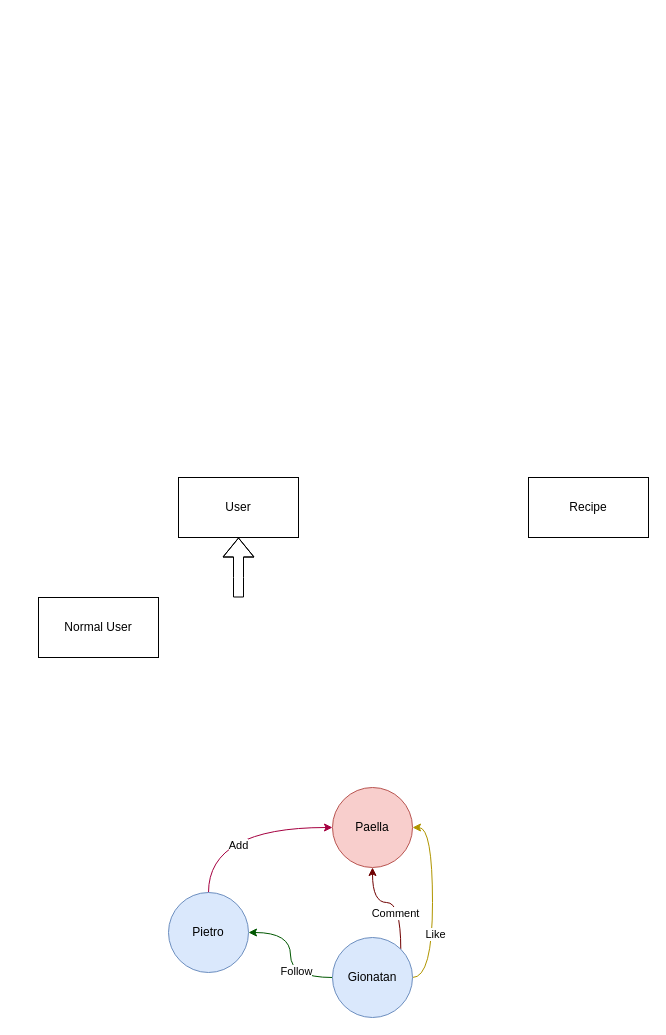
Before: Documents/First Class Diagram.drawio in fraie98/JustRecipe, a draw.io diagram. Source tidied: cells renumbered, new cells numbered last; positions are measured from the earlier drawing's top-left corner, leaving out a move shared by most shapes. Both pictures are drawn from the tidied source at 100%, with x=0, y=0 at pixel (38, 477).
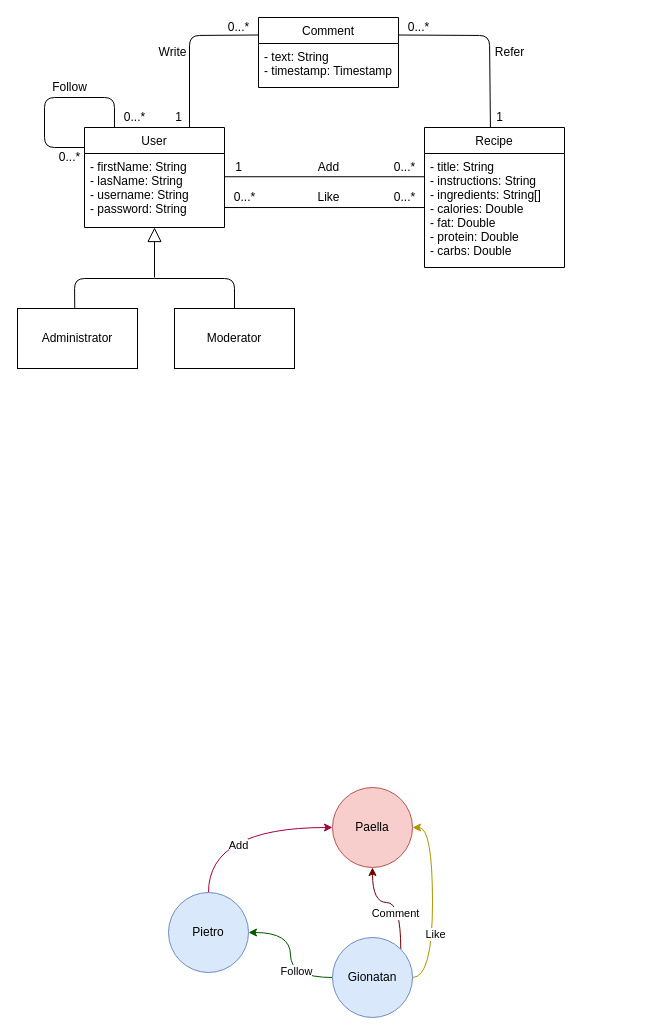
The same diagram, later.

The edit, as a diff of the source:
```diff
@@
+    <mxCell id="3" value="Administrator" style="rounded=0;whiteSpace=wrap;html=1;" parent="1" vertex="1">
+      <mxGeometry x="-21" y="-169" width="120" height="60" as="geometry" />
+    </mxCell>
+    <mxCell id="17" value="User" style="swimlane;fontStyle=0;horizontal=1;startSize=26;fillColor=none;" parent="1" vertex="1">
+      <mxGeometry x="46" y="-350" width="140" height="100" as="geometry" />
+    </mxCell>
+    <mxCell id="18" value="- firstName: String&#10;- lasName: String&#10;- username: String&#10;- password: String " style="text;strokeColor=none;fillColor=none;align=left;verticalAlign=top;spacingLeft=4;spacingRight=4;overflow=hidden;points=[[0,0.5],[1,0.5]];portConstraint=eastwest;" parent="17" vertex="1">
+      <mxGeometry y="26" width="140" height="74" as="geometry" />
+    </mxCell>
-    <mxCell id="2" value="Recipe" style="rounded=0;whiteSpace=wrap;html=1;" parent="1" vertex="1">
-      <mxGeometry x="490" width="120" height="60" as="geometry" />
+    <mxCell id="2" value="Recipe" style="swimlane;fontStyle=0;horizontal=1;startSize=26;fillColor=none;" parent="1" vertex="1">
+      <mxGeometry x="386" y="-350" width="140" height="140" as="geometry" />
     </mxCell>
-    <mxCell id="3" value="User" style="rounded=0;whiteSpace=wrap;html=1;" parent="1" vertex="1">
-      <mxGeometry x="140" width="120" height="60" as="geometry" />
-    </mxCell>
-    <mxCell id="4" style="shape=flexArrow;endArrow=classic;html=1;entryX=0.5;entryY=1;entryDx=0;entryDy=0;" parent="1" edge="1" target="3">
-      <mxGeometry relative="1" as="geometry">
-        <mxPoint x="200" y="120" as="sourcePoint" />
-        <Array as="points">
-          <mxPoint x="200" y="100" />
-        </Array>
-      </mxGeometry>
-    </mxCell>
-    <mxCell id="5" value="Normal User" style="rounded=0;whiteSpace=wrap;html=1;" parent="1" vertex="1">
-      <mxGeometry y="120" width="120" height="60" as="geometry" />
-    </mxCell>
+    <mxCell id="19" value="- title: String&#10;- instructions: String&#10;- ingredients: String[]&#10;- calories: Double&#10;- fat: Double&#10;- protein: Double&#10;- carbs: Double" style="text;strokeColor=none;fillColor=none;align=left;verticalAlign=top;spacingLeft=4;spacingRight=4;overflow=hidden;points=[[0,0.5],[1,0.5]];portConstraint=eastwest;" parent="2" vertex="1">
+      <mxGeometry y="26" width="140" height="114" as="geometry" />
+    </mxCell>
+    <mxCell id="20" value="Comment" style="swimlane;fontStyle=0;horizontal=1;startSize=26;fillColor=none;" parent="1" vertex="1">
+      <mxGeometry x="220" y="-460" width="140" height="70" as="geometry" />
+    </mxCell>
+    <mxCell id="21" value="- text: String&#10;- timestamp: Timestamp" style="text;strokeColor=none;fillColor=none;align=left;verticalAlign=top;spacingLeft=4;spacingRight=4;overflow=hidden;" parent="20" vertex="1">
+      <mxGeometry y="26" width="140" height="44" as="geometry" />
+    </mxCell>
@@
+    <mxCell id="22" style="edgeStyle=none;html=1;endSize=12;endArrow=block;endFill=0;entryX=0.5;entryY=1;entryDx=0;entryDy=0;" parent="1" edge="1" target="17">
+      <mxGeometry relative="1" as="geometry">
+        <mxPoint x="116" y="-200" as="sourcePoint" />
+      </mxGeometry>
+    </mxCell>
+    <mxCell id="23" value="Moderator" style="rounded=0;whiteSpace=wrap;html=1;" parent="1" vertex="1">
+      <mxGeometry x="136" y="-169" width="120" height="60" as="geometry" />
+    </mxCell>
+    <mxCell id="24" style="endArrow=none;html=1;exitX=0.477;exitY=-0.01;exitDx=0;exitDy=0;exitPerimeter=0;" parent="1" edge="1" source="3">
+      <mxGeometry relative="1" as="geometry">
+        <mxPoint x="116" y="-199" as="targetPoint" />
+        <Array as="points">
+          <mxPoint x="36" y="-199" />
+        </Array>
+      </mxGeometry>
+    </mxCell>
+    <mxCell id="25" style="endArrow=none;html=1;exitX=0.5;exitY=0;exitDx=0;exitDy=0;" parent="1" edge="1" source="23">
+      <mxGeometry relative="1" as="geometry">
+        <mxPoint x="116" y="-199" as="targetPoint" />
+        <Array as="points">
+          <mxPoint x="196" y="-199" />
+        </Array>
+      </mxGeometry>
+    </mxCell>
+    <mxCell id="26" style="endArrow=none;html=1;exitX=0.998;exitY=0.314;exitDx=0;exitDy=0;exitPerimeter=0;entryX=0;entryY=0.204;entryDx=0;entryDy=0;entryPerimeter=0;" parent="1" edge="1" source="18" target="19">
+      <mxGeometry relative="1" as="geometry" />
+    </mxCell>
+    <mxCell id="27" value="Add" style="text;html=1;align=center;verticalAlign=middle;" parent="1" vertex="1">
+      <mxGeometry x="270" y="-320" width="40" height="20" as="geometry" />
+    </mxCell>
+    <mxCell id="28" value="1" style="text;html=1;align=center;verticalAlign=middle;" parent="1" vertex="1">
+      <mxGeometry x="190" y="-320" width="20" height="20" as="geometry" />
+    </mxCell>
+    <mxCell id="29" value="0...*" style="text;html=1;align=center;verticalAlign=middle;" parent="1" vertex="1">
+      <mxGeometry x="346" y="-320" width="40" height="20" as="geometry" />
+    </mxCell>
+    <mxCell id="30" value="Follow" style="text;html=1;align=center;verticalAlign=middle;" parent="1" vertex="1">
+      <mxGeometry x="6" y="-400" width="50" height="20" as="geometry" />
+    </mxCell>
+    <mxCell id="31" style="endArrow=none;html=1;entryX=0.214;entryY=0;entryDx=0;entryDy=0;entryPerimeter=0;exitX=0;exitY=0.2;exitDx=0;exitDy=0;exitPerimeter=0;" parent="1" edge="1" source="17" target="17">
+      <mxGeometry relative="1" as="geometry">
+        <Array as="points">
+          <mxPoint x="6" y="-330" />
+          <mxPoint x="6" y="-380" />
+          <mxPoint x="76" y="-380" />
+        </Array>
+      </mxGeometry>
+    </mxCell>
+    <mxCell id="32" value="0...*" style="text;html=1;align=center;verticalAlign=middle;" parent="1" vertex="1">
+      <mxGeometry x="76" y="-370" width="40" height="20" as="geometry" />
+    </mxCell>
+    <mxCell id="33" value="0...*" style="text;html=1;align=center;verticalAlign=middle;" parent="1" vertex="1">
+      <mxGeometry x="11" y="-330" width="40" height="20" as="geometry" />
+    </mxCell>
+    <mxCell id="34" style="endArrow=none;html=1;exitX=0.75;exitY=0;exitDx=0;exitDy=0;entryX=0;entryY=0.25;entryDx=0;entryDy=0;" parent="1" edge="1" source="17" target="20">
+      <mxGeometry relative="1" as="geometry">
+        <Array as="points">
+          <mxPoint x="151" y="-442" />
+        </Array>
+      </mxGeometry>
+    </mxCell>
+    <mxCell id="35" value="Write" style="text;html=1;align=center;verticalAlign=middle;" parent="1" vertex="1">
+      <mxGeometry x="114" y="-435" width="40" height="20" as="geometry" />
+    </mxCell>
+    <mxCell id="36" value="1" style="text;html=1;align=center;verticalAlign=middle;" parent="1" vertex="1">
+      <mxGeometry x="130" y="-370" width="20" height="20" as="geometry" />
+    </mxCell>
+    <mxCell id="37" value="0...*" style="text;html=1;align=center;verticalAlign=middle;" parent="1" vertex="1">
+      <mxGeometry x="180" y="-460" width="40" height="20" as="geometry" />
+    </mxCell>
+    <mxCell id="38" style="endArrow=none;html=1;entryX=1;entryY=0.25;entryDx=0;entryDy=0;exitX=0.471;exitY=0.003;exitDx=0;exitDy=0;exitPerimeter=0;" parent="1" edge="1" source="2" target="20">
+      <mxGeometry relative="1" as="geometry">
+        <Array as="points">
+          <mxPoint x="451" y="-442" />
+        </Array>
+      </mxGeometry>
+    </mxCell>
+    <mxCell id="39" value="Refer" style="text;html=1;align=center;verticalAlign=middle;" parent="1" vertex="1">
+      <mxGeometry x="451" y="-435" width="40" height="20" as="geometry" />
+    </mxCell>
+    <mxCell id="40" value="1" style="text;html=1;align=center;verticalAlign=middle;" parent="1" vertex="1">
+      <mxGeometry x="451" y="-370" width="20" height="20" as="geometry" />
+    </mxCell>
+    <mxCell id="41" value="0...*" style="text;html=1;align=center;verticalAlign=middle;" parent="1" vertex="1">
+      <mxGeometry x="360" y="-460" width="40" height="20" as="geometry" />
+    </mxCell>
+    <mxCell id="42" style="endArrow=none;html=1;exitX=1;exitY=0.73;exitDx=0;exitDy=0;exitPerimeter=0;entryX=0;entryY=0.474;entryDx=0;entryDy=0;entryPerimeter=0;" parent="1" edge="1" source="18" target="19">
+      <mxGeometry relative="1" as="geometry" />
+    </mxCell>
+    <mxCell id="43" value="Like" style="text;html=1;align=center;verticalAlign=middle;" parent="1" vertex="1">
+      <mxGeometry x="270" y="-290" width="40" height="20" as="geometry" />
+    </mxCell>
+    <mxCell id="44" value="0...*" style="text;html=1;align=center;verticalAlign=middle;" parent="1" vertex="1">
+      <mxGeometry x="186" y="-290" width="40" height="20" as="geometry" />
+    </mxCell>
+    <mxCell id="45" value="0...*" style="text;html=1;align=center;verticalAlign=middle;" parent="1" vertex="1">
+      <mxGeometry x="346" y="-290" width="40" height="20" as="geometry" />
+    </mxCell>
```
